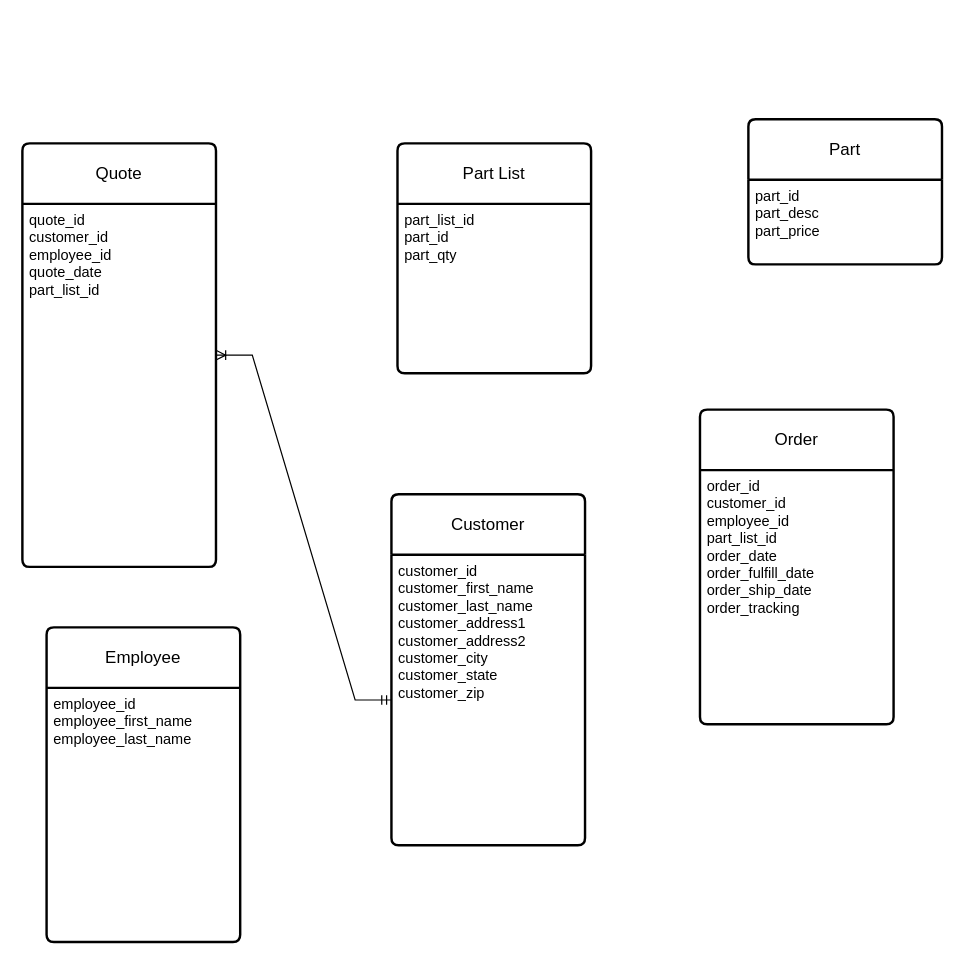
Earlier version of the draw.io diagram CRM-ordermanagement.drawio (airbaggrenade/WGU-D284). Source tidied: cells renumbered, new cells numbered last; positions are measured from the earlier drawing's top-left corner, leaving out a move shared by most shapes. Both pictures are drawn from the tidied source at 121%, with x=0, y=0 at pixel (22, 119).
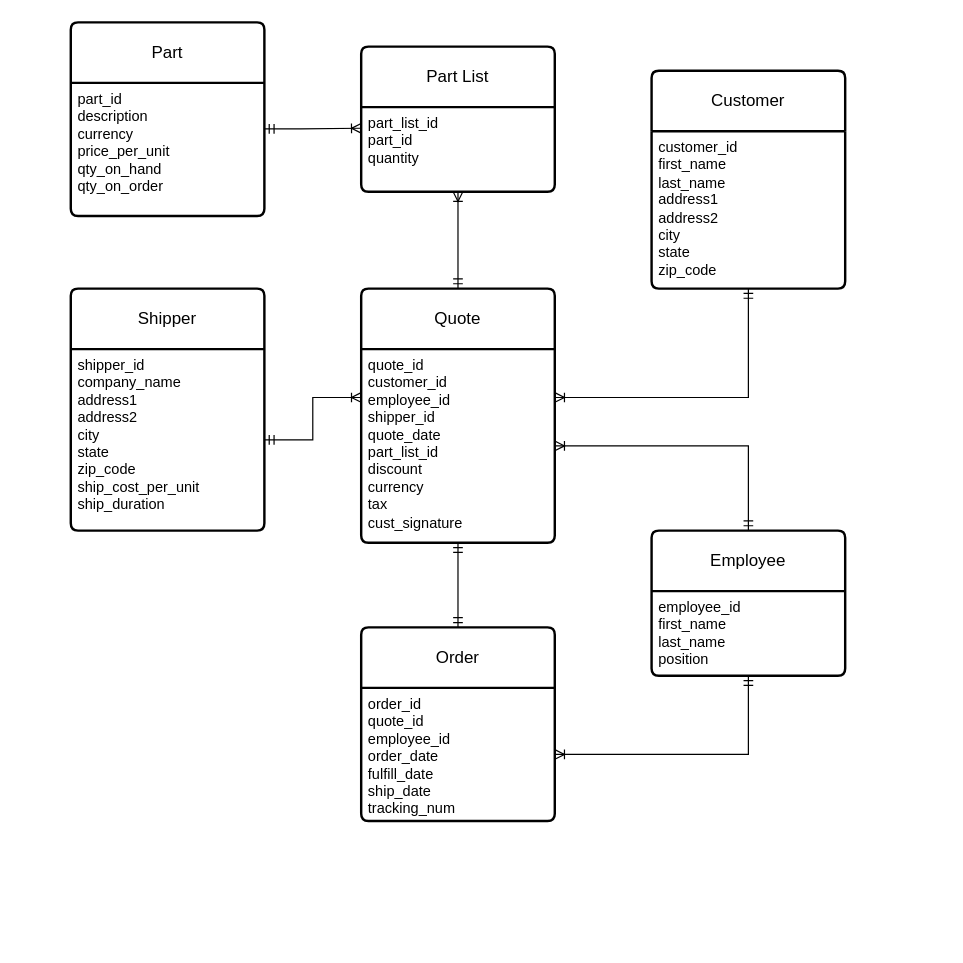
Above is the later version.

What changed in the source:
```diff
@@
     <mxCell id="2" value="Quote" style="swimlane;horizontal=1;startSize=50;rounded=1;fontSize=14;fontStyle=0;strokeWidth=2;shadow=0;dashed=0;align=center;arcSize=4;whiteSpace=wrap;html=1;" parent="1" vertex="1">
-      <mxGeometry y="20" width="160" height="350" as="geometry" />
+      <mxGeometry x="280" y="140" width="160" height="210" as="geometry" />
     </mxCell>
-    <mxCell id="3" value="&lt;div&gt;quote_id&lt;/div&gt;&lt;div&gt;customer_id&lt;/div&gt;&lt;div&gt;employee_id&lt;br&gt;&lt;/div&gt;&lt;div&gt;quote_date&lt;/div&gt;&lt;div&gt;part_list_id&lt;/div&gt;&lt;div&gt;&lt;br&gt;&lt;/div&gt;&lt;div&gt;&lt;br&gt;&lt;/div&gt;&lt;div&gt;&lt;br&gt;&lt;/div&gt;" style="align=left;strokeColor=none;fillColor=none;spacingLeft=4;fontSize=12;verticalAlign=top;html=1;" parent="2" vertex="1">
-      <mxGeometry y="50" width="160" height="300" as="geometry" />
+    <mxCell id="3" value="&lt;div&gt;quote_id&lt;/div&gt;&lt;div&gt;customer_id&lt;/div&gt;&lt;div&gt;employee_id&lt;/div&gt;&lt;div&gt;shipper_id&lt;br&gt;&lt;/div&gt;&lt;div&gt;quote_date&lt;/div&gt;&lt;div&gt;part_list_id&lt;br&gt;&lt;/div&gt;&lt;div&gt;discount&lt;/div&gt;&lt;div&gt;currency&lt;br&gt;&lt;/div&gt;&lt;div&gt;tax&lt;/div&gt;&lt;div&gt;cust_signature&lt;/div&gt;&lt;div&gt;&lt;br&gt;&lt;/div&gt;&lt;div&gt;&lt;br&gt;&lt;/div&gt;" style="align=left;strokeColor=none;fillColor=none;spacingLeft=4;fontSize=12;verticalAlign=top;html=1;" parent="2" vertex="1">
+      <mxGeometry y="50" width="160" height="160" as="geometry" />
     </mxCell>
+    <mxCell id="15" style="edgeStyle=orthogonalEdgeStyle;rounded=0;orthogonalLoop=1;jettySize=auto;html=1;exitX=0.5;exitY=1;exitDx=0;exitDy=0;" parent="2" edge="1" source="3" target="3">
+      <mxGeometry relative="1" as="geometry" />
+    </mxCell>
     <mxCell id="4" value="Part" style="swimlane;horizontal=1;startSize=50;rounded=1;fontSize=14;fontStyle=0;strokeWidth=2;shadow=0;dashed=0;align=center;arcSize=4;whiteSpace=wrap;html=1;" parent="1" vertex="1">
-      <mxGeometry x="600" width="160" height="120" as="geometry" />
+      <mxGeometry x="40" y="-80" width="160" height="160" as="geometry" />
     </mxCell>
-    <mxCell id="5" value="&lt;div&gt;part_id&lt;/div&gt;&lt;div&gt;part_desc&lt;/div&gt;&lt;div&gt;part_price&lt;br&gt;&lt;/div&gt;" style="align=left;strokeColor=none;fillColor=none;spacingLeft=4;fontSize=12;verticalAlign=top;html=1;" parent="4" vertex="1">
-      <mxGeometry y="50" width="160" height="70" as="geometry" />
+    <mxCell id="5" value="&lt;div&gt;part_id&lt;/div&gt;&lt;div&gt;description&lt;/div&gt;&lt;div&gt;currency&lt;br&gt;&lt;/div&gt;&lt;div&gt;price_per_unit&lt;/div&gt;&lt;div&gt;qty_on_hand&lt;/div&gt;&lt;div&gt;qty_on_order&lt;br&gt;&lt;/div&gt;" style="align=left;strokeColor=none;fillColor=none;spacingLeft=4;fontSize=12;verticalAlign=top;html=1;" parent="4" vertex="1">
+      <mxGeometry y="50" width="160" height="110" as="geometry" />
     </mxCell>
+    <mxCell id="16" style="edgeStyle=orthogonalEdgeStyle;rounded=0;jettySize=auto;html=1;endArrow=ERoneToMany;startArrow=ERmandOne;rounded=0;exitX=0.5;exitY=0;exitDx=0;exitDy=0;" parent="1" edge="1" source="2" target="6">
+      <mxGeometry relative="1" as="geometry" />
+    </mxCell>
     <mxCell id="6" value="Part List" style="swimlane;horizontal=1;startSize=50;rounded=1;fontSize=14;fontStyle=0;strokeWidth=2;shadow=0;dashed=0;align=center;arcSize=4;whiteSpace=wrap;html=1;" parent="1" vertex="1">
-      <mxGeometry x="310" y="20" width="160" height="190" as="geometry" />
+      <mxGeometry x="280" y="-60" width="160" height="120" as="geometry" />
     </mxCell>
-    <mxCell id="7" value="&lt;div&gt;part_list_id&lt;/div&gt;&lt;div&gt;part_id&lt;/div&gt;&lt;div&gt;part_qty&lt;br&gt;&lt;/div&gt;&lt;div&gt;&lt;br&gt;&lt;/div&gt;" style="align=left;strokeColor=none;fillColor=none;spacingLeft=4;fontSize=12;verticalAlign=top;html=1;" parent="6" vertex="1">
-      <mxGeometry y="50" width="160" height="140" as="geometry" />
+    <mxCell id="7" value="&lt;div&gt;part_list_id&lt;/div&gt;&lt;div&gt;part_id&lt;/div&gt;&lt;div&gt;quantity&lt;br&gt;&lt;/div&gt;" style="align=left;strokeColor=none;fillColor=none;spacingLeft=4;fontSize=12;verticalAlign=top;html=1;" parent="6" vertex="1">
+      <mxGeometry y="50" width="160" height="70" as="geometry" />
     </mxCell>
     <mxCell id="8" value="Order" style="swimlane;horizontal=1;startSize=50;rounded=1;fontSize=14;fontStyle=0;strokeWidth=2;shadow=0;dashed=0;align=center;arcSize=4;whiteSpace=wrap;html=1;" parent="1" vertex="1">
-      <mxGeometry x="560" y="240" width="160" height="260" as="geometry" />
+      <mxGeometry x="280" y="420" width="160" height="160" as="geometry" />
     </mxCell>
-    <mxCell id="9" value="&lt;div&gt;order_id&lt;/div&gt;&lt;div&gt;customer_id&lt;/div&gt;&lt;div&gt;employee_id&lt;/div&gt;&lt;div&gt;part_list_id&lt;/div&gt;&lt;div&gt;order_date&lt;/div&gt;&lt;div&gt;order_fulfill_date&lt;/div&gt;&lt;div&gt;order_ship_date&lt;/div&gt;&lt;div&gt;order_tracking&lt;br&gt;&lt;/div&gt;&lt;div&gt;&lt;br&gt;&lt;/div&gt;&lt;div&gt;&lt;br&gt;&lt;/div&gt;" style="align=left;strokeColor=none;fillColor=none;spacingLeft=4;fontSize=12;verticalAlign=top;html=1;" parent="8" vertex="1">
-      <mxGeometry y="50" width="160" height="210" as="geometry" />
+    <mxCell id="9" value="&lt;div&gt;order_id&lt;/div&gt;&lt;div&gt;quote_id&lt;/div&gt;&lt;div&gt;employee_id&lt;br&gt;&lt;/div&gt;&lt;div&gt;order_date&lt;/div&gt;&lt;div&gt;fulfill_date&lt;/div&gt;&lt;div&gt;ship_date&lt;/div&gt;&lt;div&gt;tracking_num&lt;br&gt;&lt;/div&gt;&lt;div&gt;&lt;br&gt;&lt;/div&gt;&lt;div&gt;&lt;br&gt;&lt;/div&gt;" style="align=left;strokeColor=none;fillColor=none;spacingLeft=4;fontSize=12;verticalAlign=top;html=1;" parent="8" vertex="1">
+      <mxGeometry y="50" width="160" height="110" as="geometry" />
     </mxCell>
     <mxCell id="10" value="Customer" style="swimlane;horizontal=1;startSize=50;rounded=1;fontSize=14;fontStyle=0;strokeWidth=2;shadow=0;dashed=0;align=center;arcSize=4;whiteSpace=wrap;html=1;" parent="1" vertex="1">
-      <mxGeometry x="305" y="310" width="160" height="290" as="geometry" />
+      <mxGeometry x="520" y="-40" width="160" height="180" as="geometry" />
     </mxCell>
-    <mxCell id="11" value="&lt;div&gt;customer_id&lt;/div&gt;&lt;div&gt;customer_first_name&lt;/div&gt;&lt;div&gt;customer_last_name&lt;/div&gt;&lt;div&gt;customer_address1&lt;/div&gt;&lt;div&gt;customer_address2&lt;/div&gt;&lt;div&gt;customer_city&lt;/div&gt;&lt;div&gt;customer_state&lt;/div&gt;&lt;div&gt;customer_zip&lt;br&gt;&lt;/div&gt;" style="align=left;strokeColor=none;fillColor=none;spacingLeft=4;fontSize=12;verticalAlign=top;html=1;" parent="10" vertex="1">
-      <mxGeometry y="50" width="160" height="240" as="geometry" />
+    <mxCell id="11" value="&lt;div&gt;customer_id&lt;/div&gt;&lt;div&gt;first_name&lt;/div&gt;&lt;div&gt;last_name&lt;/div&gt;&lt;div&gt;address1&lt;/div&gt;&lt;div&gt;address2&lt;/div&gt;&lt;div&gt;city&lt;/div&gt;&lt;div&gt;state&lt;/div&gt;&lt;div&gt;zip_code&lt;br&gt;&lt;/div&gt;" style="align=left;strokeColor=none;fillColor=none;spacingLeft=4;fontSize=12;verticalAlign=top;html=1;" parent="10" vertex="1">
+      <mxGeometry y="50" width="160" height="130" as="geometry" />
     </mxCell>
+    <mxCell id="17" style="edgeStyle=orthogonalEdgeStyle;rounded=0;jettySize=auto;html=1;entryX=1;entryY=0.5;entryDx=0;entryDy=0;endArrow=ERoneToMany;startArrow=ERmandOne;rounded=0;" parent="1" edge="1" source="12" target="3">
+      <mxGeometry relative="1" as="geometry">
+        <Array as="points">
+          <mxPoint x="600" y="270" />
+        </Array>
+      </mxGeometry>
+    </mxCell>
     <mxCell id="12" value="Employee" style="swimlane;horizontal=1;startSize=50;rounded=1;fontSize=14;fontStyle=0;strokeWidth=2;shadow=0;dashed=0;align=center;arcSize=4;whiteSpace=wrap;html=1;" parent="1" vertex="1">
-      <mxGeometry x="20" y="420" width="160" height="260" as="geometry" />
+      <mxGeometry x="520" y="340" width="160" height="120" as="geometry" />
     </mxCell>
-    <mxCell id="13" value="&lt;div&gt;employee_id&lt;/div&gt;&lt;div&gt;employee_first_name&lt;/div&gt;&lt;div&gt;employee_last_name&lt;/div&gt;&lt;div&gt;&lt;br&gt;&lt;/div&gt;" style="align=left;strokeColor=none;fillColor=none;spacingLeft=4;fontSize=12;verticalAlign=top;html=1;" parent="12" vertex="1">
-      <mxGeometry y="50" width="160" height="210" as="geometry" />
+    <mxCell id="13" value="&lt;div&gt;employee_id&lt;/div&gt;&lt;div&gt;first_name&lt;/div&gt;&lt;div&gt;last_name&lt;/div&gt;&lt;div&gt;position&lt;br&gt;&lt;/div&gt;&lt;div&gt;&lt;br&gt;&lt;/div&gt;&lt;div&gt;&lt;br&gt;&lt;/div&gt;" style="align=left;strokeColor=none;fillColor=none;spacingLeft=4;fontSize=12;verticalAlign=top;html=1;" parent="12" vertex="1">
+      <mxGeometry y="50" width="160" height="70" as="geometry" />
     </mxCell>
-    <mxCell id="14" style="edgeStyle=entityRelationEdgeStyle;fontSize=12;html=1;endArrow=ERoneToMany;startArrow=ERmandOne;rounded=0;exitX=0;exitY=0.5;exitDx=0;exitDy=0;entryX=1;entryY=0.5;entryDx=0;entryDy=0;" parent="1" edge="1" source="11" target="2">
-      <mxGeometry relative="1" as="geometry" />
-    </mxCell>
+    <mxCell id="18" value="Shipper" style="swimlane;horizontal=1;startSize=50;rounded=1;fontSize=14;fontStyle=0;strokeWidth=2;shadow=0;dashed=0;align=center;arcSize=4;whiteSpace=wrap;html=1;" parent="1" vertex="1">
+      <mxGeometry x="40" y="140" width="160" height="200" as="geometry" />
+    </mxCell>
+    <mxCell id="19" value="&lt;div&gt;shipper_id&lt;/div&gt;&lt;div&gt;company_name&lt;/div&gt;&lt;div&gt;address1&lt;/div&gt;&lt;div&gt;address2&lt;/div&gt;&lt;div&gt;city&lt;/div&gt;&lt;div&gt;state&lt;/div&gt;&lt;div&gt;zip_code&lt;/div&gt;&lt;div&gt;ship_cost_per_unit&lt;/div&gt;&lt;div&gt;ship_duration&lt;br&gt;&lt;/div&gt;&lt;div&gt;&lt;br&gt;&lt;/div&gt;&lt;div&gt;&lt;br&gt;&lt;/div&gt;" style="align=left;strokeColor=none;fillColor=none;spacingLeft=4;fontSize=12;verticalAlign=top;html=1;" parent="18" vertex="1">
+      <mxGeometry y="50" width="160" height="150" as="geometry" />
+    </mxCell>
+    <mxCell id="20" style="edgeStyle=orthogonalEdgeStyle;rounded=0;jettySize=auto;html=1;entryX=0;entryY=0.25;entryDx=0;entryDy=0;endArrow=ERoneToMany;startArrow=ERmandOne;rounded=0;" parent="1" edge="1" target="7">
+      <mxGeometry relative="1" as="geometry">
+        <mxPoint x="200" y="8" as="sourcePoint" />
+        <Array as="points">
+          <mxPoint x="230" y="8" />
+        </Array>
+      </mxGeometry>
+    </mxCell>
+    <mxCell id="21" style="edgeStyle=orthogonalEdgeStyle;rounded=0;jettySize=auto;html=1;entryX=0.5;entryY=0;entryDx=0;entryDy=0;endArrow=ERmandOne;startArrow=ERmandOne;rounded=0;" parent="1" edge="1" source="3" target="8">
+      <mxGeometry relative="1" as="geometry" />
+    </mxCell>
+    <mxCell id="22" style="edgeStyle=orthogonalEdgeStyle;rounded=0;jettySize=auto;html=1;entryX=1;entryY=0.5;entryDx=0;entryDy=0;endArrow=ERoneToMany;startArrow=ERmandOne;rounded=0;" parent="1" edge="1" source="13" target="9">
+      <mxGeometry relative="1" as="geometry">
+        <Array as="points">
+          <mxPoint x="600" y="525" />
+        </Array>
+      </mxGeometry>
+    </mxCell>
+    <mxCell id="23" style="edgeStyle=orthogonalEdgeStyle;rounded=0;jettySize=auto;html=1;entryX=0;entryY=0.25;entryDx=0;entryDy=0;endArrow=ERoneToMany;startArrow=ERmandOne;rounded=0;" parent="1" edge="1" source="19" target="3">
+      <mxGeometry relative="1" as="geometry" />
+    </mxCell>
+    <mxCell id="24" style="edgeStyle=orthogonalEdgeStyle;rounded=0;jettySize=auto;html=1;entryX=1;entryY=0.25;entryDx=0;entryDy=0;endArrow=ERoneToMany;startArrow=ERmandOne;rounded=0;" parent="1" edge="1" source="11" target="3">
+      <mxGeometry relative="1" as="geometry">
+        <Array as="points">
+          <mxPoint x="600" y="230" />
+        </Array>
+      </mxGeometry>
+    </mxCell>
```
